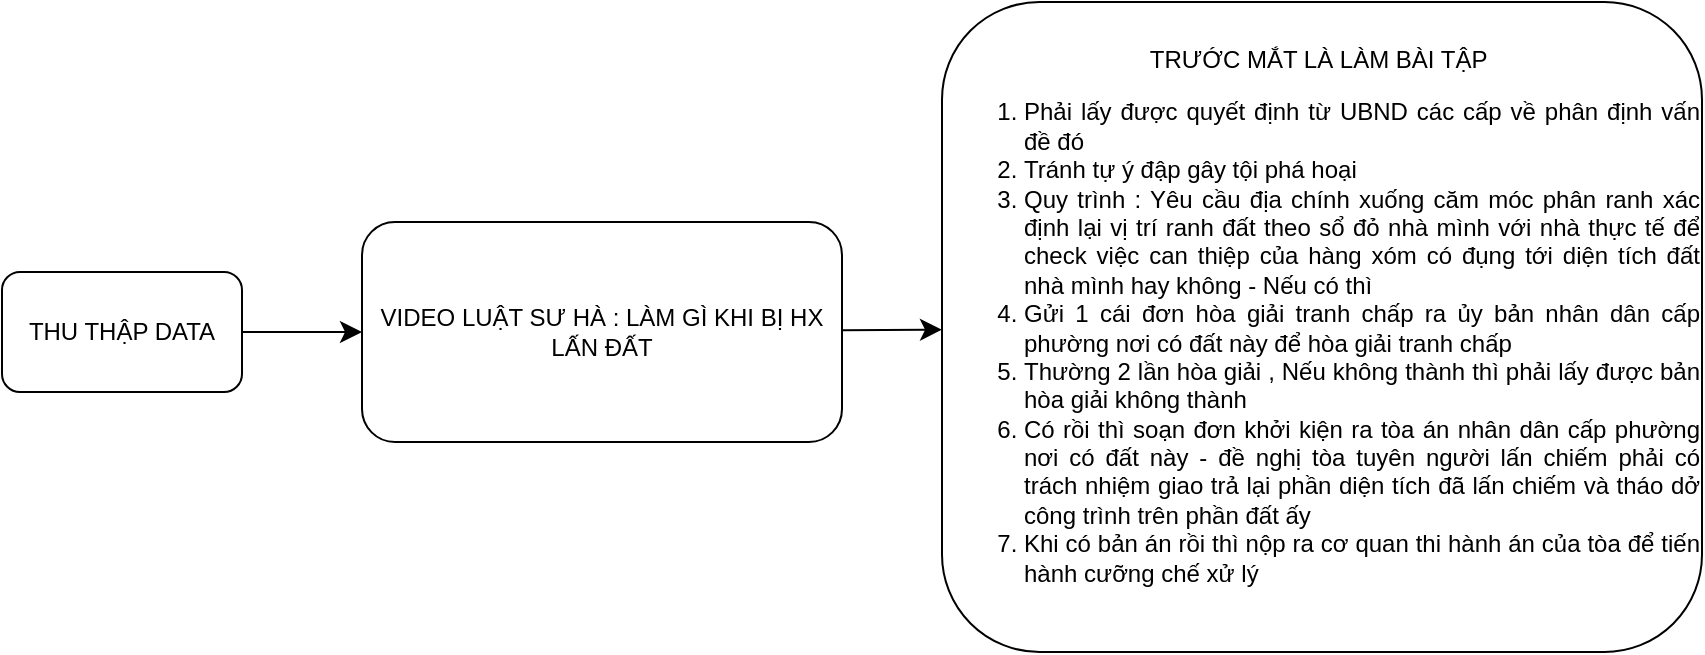
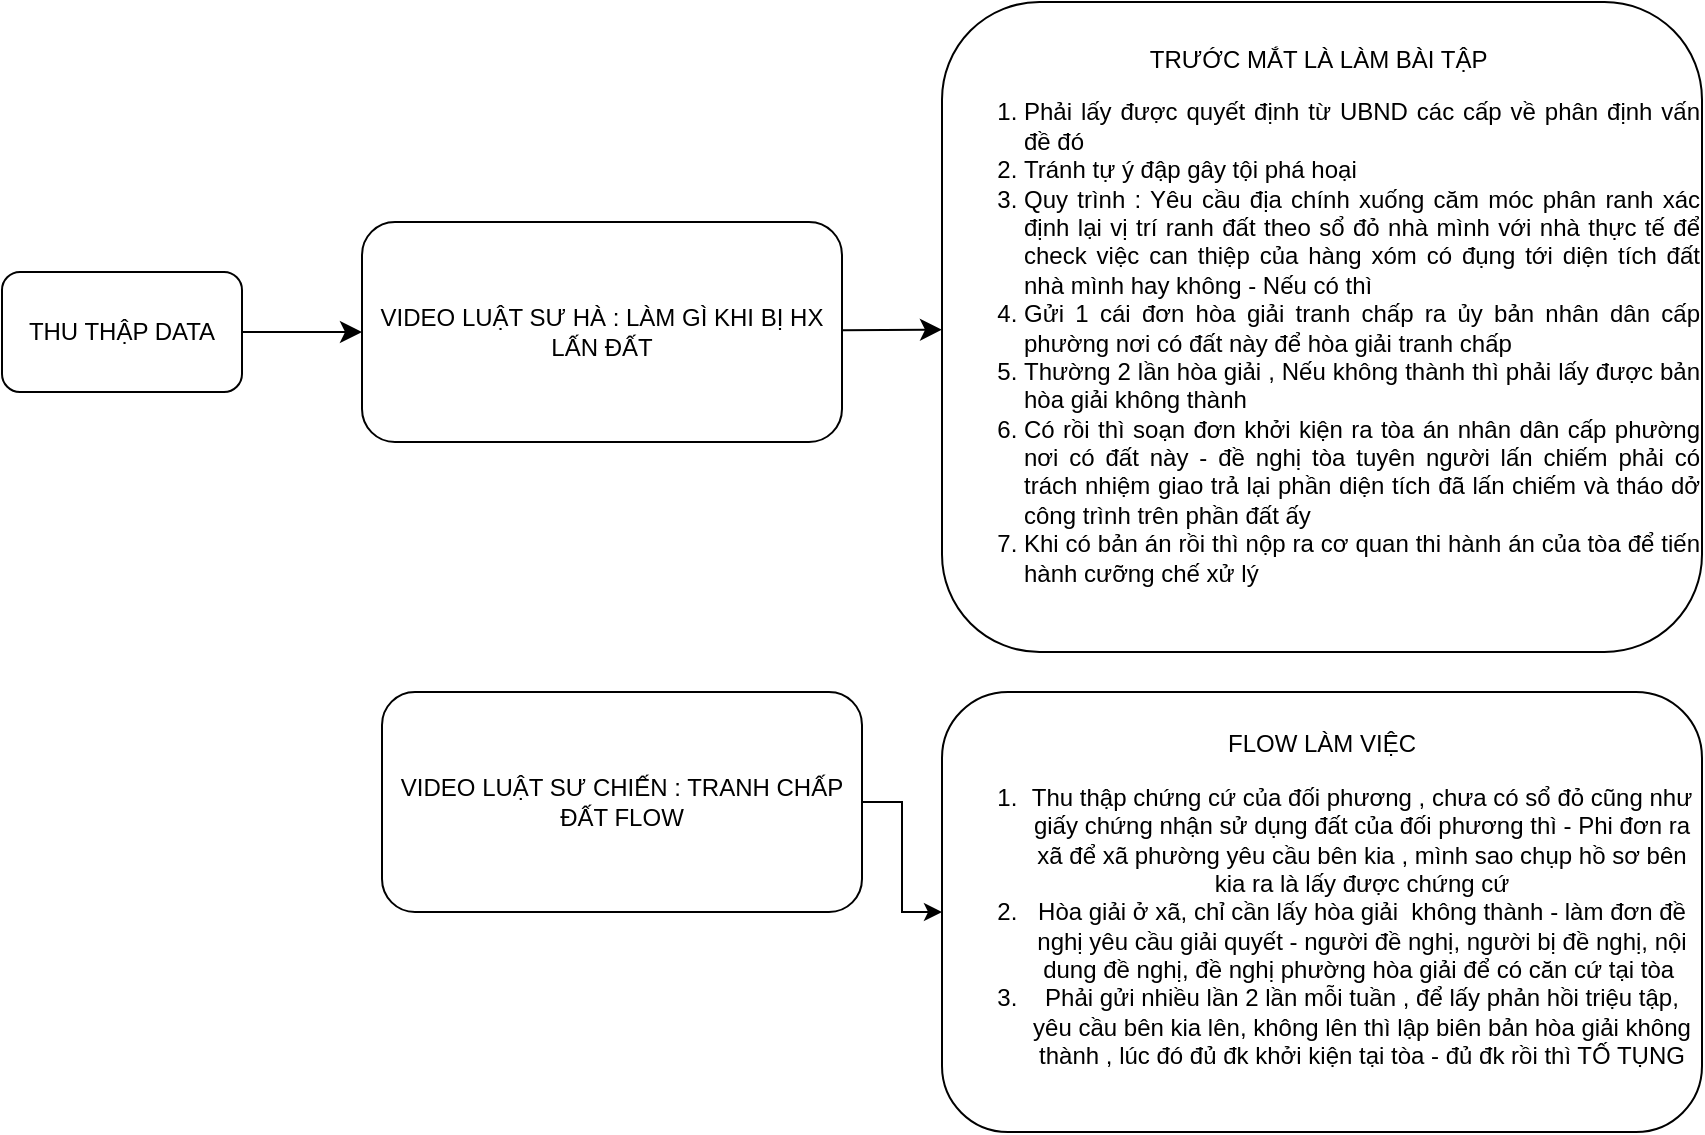
<mxfile host="app.diagrams.net">
  <diagram name="Trang-1" id="99K3k6i0hp_J4AZAw7qn">
-     <mxGraphModel dx="1015" dy="963" grid="1" gridSize="10" guides="1" tooltips="1" connect="1" arrows="1" fold="1" page="1" pageScale="1" pageWidth="827" pageHeight="1169" math="0" shadow="0">
+     <mxGraphModel dx="836" dy="638" grid="1" gridSize="10" guides="1" tooltips="1" connect="1" arrows="1" fold="1" page="1" pageScale="1" pageWidth="827" pageHeight="1169" math="0" shadow="0">
      <root>
        <mxCell id="0" />
        <mxCell id="1" parent="0" />
        <mxCell id="Hifaieis5Mk0LkOP5z_K-2" edge="1" parent="1" source="3oMhcfcnhV4ZUp0FiG-B-1" style="edgeStyle=none;curved=1;rounded=0;orthogonalLoop=1;jettySize=auto;html=1;fontSize=12;startSize=8;endSize=8;" target="Hifaieis5Mk0LkOP5z_K-1" value="">
          <mxGeometry relative="1" as="geometry" />
        </mxCell>
        <mxCell id="3oMhcfcnhV4ZUp0FiG-B-1" parent="1" style="rounded=1;whiteSpace=wrap;html=1;" value="THU THẬP DATA" vertex="1">
          <mxGeometry height="60" width="120" x="130" y="210" as="geometry" />
        </mxCell>
        <mxCell id="Hifaieis5Mk0LkOP5z_K-4" edge="1" parent="1" source="Hifaieis5Mk0LkOP5z_K-1" style="edgeStyle=none;curved=1;rounded=0;orthogonalLoop=1;jettySize=auto;html=1;fontSize=12;startSize=8;endSize=8;" target="Hifaieis5Mk0LkOP5z_K-3" value="">
          <mxGeometry relative="1" as="geometry" />
        </mxCell>
        <mxCell id="Hifaieis5Mk0LkOP5z_K-1" parent="1" style="whiteSpace=wrap;html=1;rounded=1;" value="VIDEO LUẬT SƯ HÀ : LÀM GÌ KHI BỊ HX LẤN ĐẤT" vertex="1">
          <mxGeometry height="110" width="240" x="310" y="185" as="geometry" />
        </mxCell>
        <mxCell id="Hifaieis5Mk0LkOP5z_K-3" parent="1" style="whiteSpace=wrap;html=1;rounded=1;align=center;" value="&lt;span style=&quot;background-color: transparent; color: light-dark(rgb(0, 0, 0), rgb(255, 255, 255));&quot;&gt;TRƯỚC MẮT LÀ LÀM BÀI TẬP&amp;nbsp;&lt;/span&gt;&lt;br&gt;&lt;div style=&quot;text-align: justify;&quot;&gt;&lt;ol&gt;&lt;li&gt;&lt;span style=&quot;background-color: transparent; color: light-dark(rgb(0, 0, 0), rgb(255, 255, 255));&quot;&gt;Phải lấy được quyết định từ UBND các cấp về phân định vấn đề đó&lt;/span&gt;&lt;/li&gt;&lt;li&gt;&lt;span style=&quot;background-color: transparent; color: light-dark(rgb(0, 0, 0), rgb(255, 255, 255));&quot;&gt;Tránh tự ý đập gây tội phá hoại&amp;nbsp;&lt;br&gt;&lt;/span&gt;&lt;/li&gt;&lt;li&gt;Quy trình : Yêu cầu địa chính xuống căm móc phân ranh xác định lại vị trí ranh đất theo sổ đỏ nhà mình với nhà thực tế để check việc can thiệp của hàng xóm có đụng tới diện tích đất nhà mình hay không - Nếu có thì&amp;nbsp;&lt;br&gt;&lt;/li&gt;&lt;li&gt;Gửi 1 cái đơn hòa giải tranh chấp ra ủy bản nhân dân cấp phường nơi có đất này để hòa giải tranh chấp&lt;br&gt;&lt;/li&gt;&lt;li&gt;Thường 2 lần hòa giải , Nếu không thành thì phải lấy được bản hòa giải không thành&amp;nbsp;&lt;br&gt;&lt;/li&gt;&lt;li&gt;Có rồi thì soạn đơn khởi kiện ra tòa án nhân dân cấp phường nơi có đất này - đề nghị tòa tuyên người lấn chiếm phải có trách nhiệm giao trả lại phần diện tích đã lấn chiếm và tháo dở công trình trên phần đất ấy&lt;br&gt;&lt;/li&gt;&lt;li&gt;Khi có bản án rồi thì nộp ra cơ quan thi hành án của tòa để tiến hành cưỡng chế xử lý&lt;/li&gt;&lt;/ol&gt;&lt;/div&gt;" vertex="1">
          <mxGeometry height="325" width="380" x="600" y="75" as="geometry" />
        </mxCell>
+         <mxCell id="_D-FjPjcb8cLJCChwa4u-3" edge="1" parent="1" source="_D-FjPjcb8cLJCChwa4u-1" style="edgeStyle=orthogonalEdgeStyle;rounded=0;orthogonalLoop=1;jettySize=auto;html=1;" target="_D-FjPjcb8cLJCChwa4u-2" value="">
+           <mxGeometry relative="1" as="geometry" />
+         </mxCell>
+         <mxCell id="_D-FjPjcb8cLJCChwa4u-1" parent="1" style="whiteSpace=wrap;html=1;rounded=1;" value="VIDEO LUẬT SƯ CHIẾN : TRANH CHẤP ĐẤT FLOW" vertex="1">
+           <mxGeometry height="110" width="240" x="320" y="420" as="geometry" />
+         </mxCell>
+         <mxCell id="_D-FjPjcb8cLJCChwa4u-2" parent="1" style="whiteSpace=wrap;html=1;rounded=1;" value="&lt;div style=&quot;&quot;&gt;&lt;span style=&quot;background-color: transparent; color: light-dark(rgb(0, 0, 0), rgb(255, 255, 255));&quot;&gt;FLOW LÀM VIỆC&lt;/span&gt;&lt;/div&gt;&lt;div style=&quot;&quot;&gt;&lt;ol&gt;&lt;li style=&quot;&quot;&gt;Thu thập chứng cứ của đối phương , chưa có sổ đỏ cũng như giấy chứng nhận sử dụng đất của đối phương thì - Phi đơn ra xã để xã phường yêu cầu bên kia , mình sao chụp hồ sơ bên kia ra là lấy được chứng cứ&lt;/li&gt;&lt;li&gt;Hòa giải ở xã, chỉ cần lấy hòa giải&amp;nbsp; không thành - làm đơn đề nghị yêu cầu giải quyết - người đề nghị, người bị đề nghị, nội dung đề nghị, đề nghị phường hòa giải để có căn cứ tại tòa&amp;nbsp;&lt;/li&gt;&lt;li&gt;Phải gửi nhiều lần 2 lần mỗi tuần , để lấy phản hồi triệu tập, yêu cầu bên kia lên, không lên thì lập biên bản hòa giải không thành , lúc đó đủ đk khởi kiện tại tòa - đủ đk rồi thì TỐ TỤNG&lt;/li&gt;&lt;/ol&gt;&lt;/div&gt;" vertex="1">
+           <mxGeometry height="220" width="380" x="600" y="420" as="geometry" />
+         </mxCell>
      </root>
    </mxGraphModel>
  </diagram>
</mxfile>
